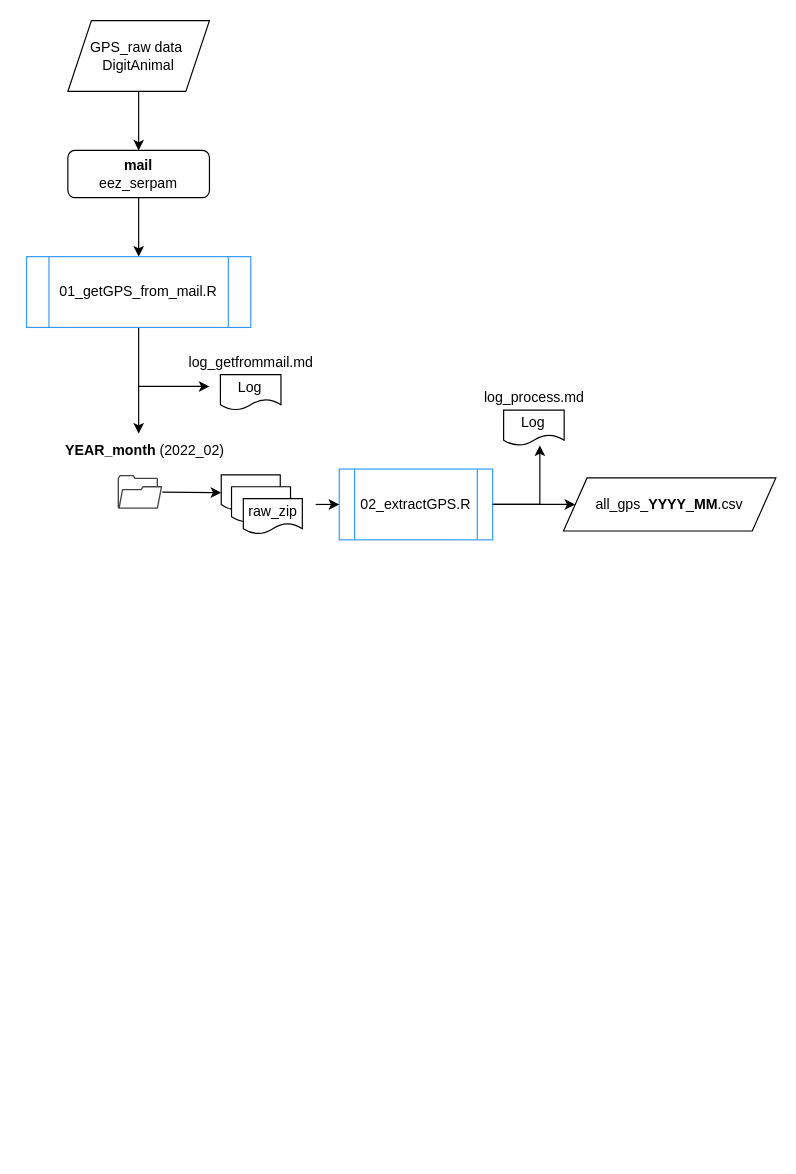
Above: schema.drawio in serpam/sumhal_vreGI (draw.io), before the change. Source tidied: cells renumbered, new cells numbered last; positions are measured from the earlier drawing's top-left corner, leaving out a move shared by most shapes. Both pictures are drawn from the tidied source at 118%, with x=0, y=0 at pixel (26, 20).
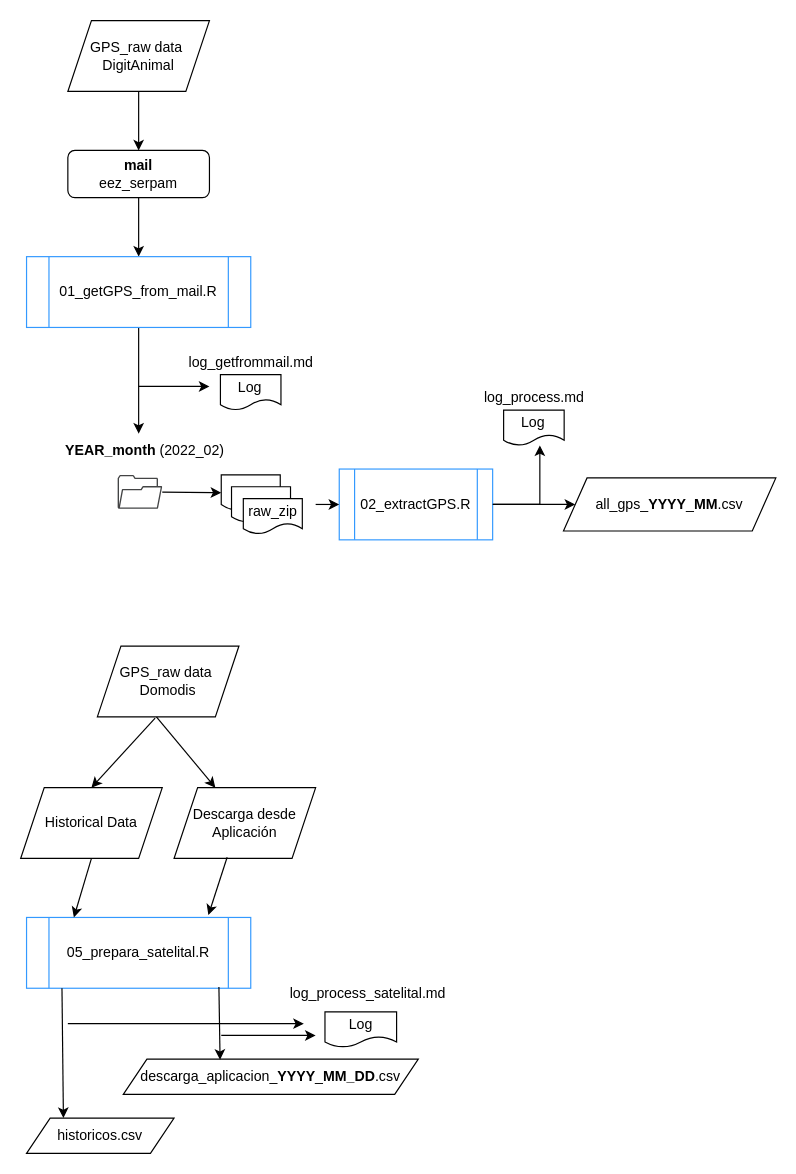
The same page after the edit.

What changed in the source:
```diff
@@
+    <mxCell id="28" value="Historical Data" style="shape=parallelogram;perimeter=parallelogramPerimeter;whiteSpace=wrap;html=1;fixedSize=1;" parent="1" vertex="1">
+      <mxGeometry x="-5" y="650" width="120" height="60" as="geometry" />
+    </mxCell>
+    <mxCell id="29" value="Descarga desde&lt;br&gt;Aplicación" style="shape=parallelogram;perimeter=parallelogramPerimeter;whiteSpace=wrap;html=1;fixedSize=1;" parent="1" vertex="1">
+      <mxGeometry x="125" y="650" width="120" height="60" as="geometry" />
+    </mxCell>
+    <mxCell id="30" value="05_prepara_satelital.R" style="shape=process;whiteSpace=wrap;html=1;backgroundOutline=1;strokeColor=#3399FF;" parent="1" vertex="1">
+      <mxGeometry y="760" width="190" height="60" as="geometry" />
+    </mxCell>
+    <mxCell id="31" style="endArrow=classic;html=1;rounded=0;exitX=0.5;exitY=1;exitDx=0;exitDy=0;entryX=0.211;entryY=0;entryDx=0;entryDy=0;entryPerimeter=0;" parent="1" edge="1" source="28" target="30">
+      <mxGeometry relative="1" as="geometry" />
+    </mxCell>
+    <mxCell id="32" style="endArrow=classic;html=1;rounded=0;entryX=0.5;entryY=0;entryDx=0;entryDy=0;exitX=0.408;exitY=1.017;exitDx=0;exitDy=0;exitPerimeter=0;" parent="1" edge="1" source="35" target="28">
+      <mxGeometry relative="1" as="geometry" />
+    </mxCell>
+    <mxCell id="33" style="endArrow=classic;html=1;rounded=0;startArrow=none;exitX=0.417;exitY=1;exitDx=0;exitDy=0;exitPerimeter=0;" parent="1" edge="1" source="35" target="29">
+      <mxGeometry relative="1" as="geometry" />
+    </mxCell>
+    <mxCell id="34" style="endArrow=classic;html=1;rounded=0;exitX=0.375;exitY=0.983;exitDx=0;exitDy=0;entryX=0.811;entryY=-0.033;entryDx=0;entryDy=0;entryPerimeter=0;exitPerimeter=0;" parent="1" edge="1" source="29" target="30">
+      <mxGeometry relative="1" as="geometry" />
+    </mxCell>
+    <mxCell id="35" value="GPS_raw data&amp;nbsp;&lt;br&gt;Domodis" style="shape=parallelogram;perimeter=parallelogramPerimeter;whiteSpace=wrap;html=1;fixedSize=1;" parent="1" vertex="1">
+      <mxGeometry x="60" y="530" width="120" height="60" as="geometry" />
+    </mxCell>
+    <mxCell id="36" style="group;" parent="1" vertex="1">
+      <mxGeometry x="230" y="820" width="138.7" height="50" as="geometry" />
+    </mxCell>
+    <mxCell id="37" style="group;" parent="36" vertex="1">
+      <mxGeometry x="-21.3" y="-10" width="160" height="60" as="geometry" />
+    </mxCell>
+    <mxCell id="38" value="Log" style="shape=document;whiteSpace=wrap;html=1;boundedLbl=1;" parent="37" vertex="1">
+      <mxGeometry x="44.2" y="30" width="60.7" height="30" as="geometry" />
+    </mxCell>
+    <mxCell id="39" value="log_process_satelital.md" style="text;html=1;align=center;verticalAlign=middle;strokeColor=none;fillColor=none;" parent="37" vertex="1">
+      <mxGeometry width="160" height="30" as="geometry" />
+    </mxCell>
+    <mxCell id="40" value="descarga_aplicacion_&lt;b&gt;YYYY&lt;/b&gt;_&lt;b&gt;MM_DD&lt;/b&gt;.csv" style="shape=parallelogram;perimeter=parallelogramPerimeter;whiteSpace=wrap;html=1;fixedSize=1;" parent="1" vertex="1">
+      <mxGeometry x="82" y="880" width="250" height="30" as="geometry" />
+    </mxCell>
+    <mxCell id="41" value="historicos.csv" style="shape=parallelogram;perimeter=parallelogramPerimeter;whiteSpace=wrap;html=1;fixedSize=1;" parent="1" vertex="1">
+      <mxGeometry y="930" width="125" height="30" as="geometry" />
+    </mxCell>
+    <mxCell id="42" style="endArrow=classic;html=1;rounded=0;entryX=0.328;entryY=0.022;entryDx=0;entryDy=0;entryPerimeter=0;exitX=0.858;exitY=0.983;exitDx=0;exitDy=0;exitPerimeter=0;" parent="1" edge="1" source="30" target="40">
+      <mxGeometry relative="1" as="geometry" />
+    </mxCell>
+    <mxCell id="43" style="endArrow=classic;html=1;rounded=0;entryX=0.25;entryY=0;entryDx=0;entryDy=0;exitX=0.158;exitY=1;exitDx=0;exitDy=0;exitPerimeter=0;" parent="1" edge="1" source="30" target="41">
+      <mxGeometry relative="1" as="geometry" />
+    </mxCell>
+    <mxCell id="44" style="endArrow=classic;html=1;rounded=0;" parent="1" edge="1">
+      <mxGeometry relative="1" as="geometry">
+        <mxPoint x="35" y="850" as="sourcePoint" />
+        <mxPoint x="235" y="850" as="targetPoint" />
+      </mxGeometry>
+    </mxCell>
+    <mxCell id="45" style="endArrow=classic;html=1;rounded=0;" parent="1" edge="1">
+      <mxGeometry relative="1" as="geometry">
+        <mxPoint x="165" y="860" as="sourcePoint" />
+        <mxPoint x="245" y="860" as="targetPoint" />
+      </mxGeometry>
+    </mxCell>
```
